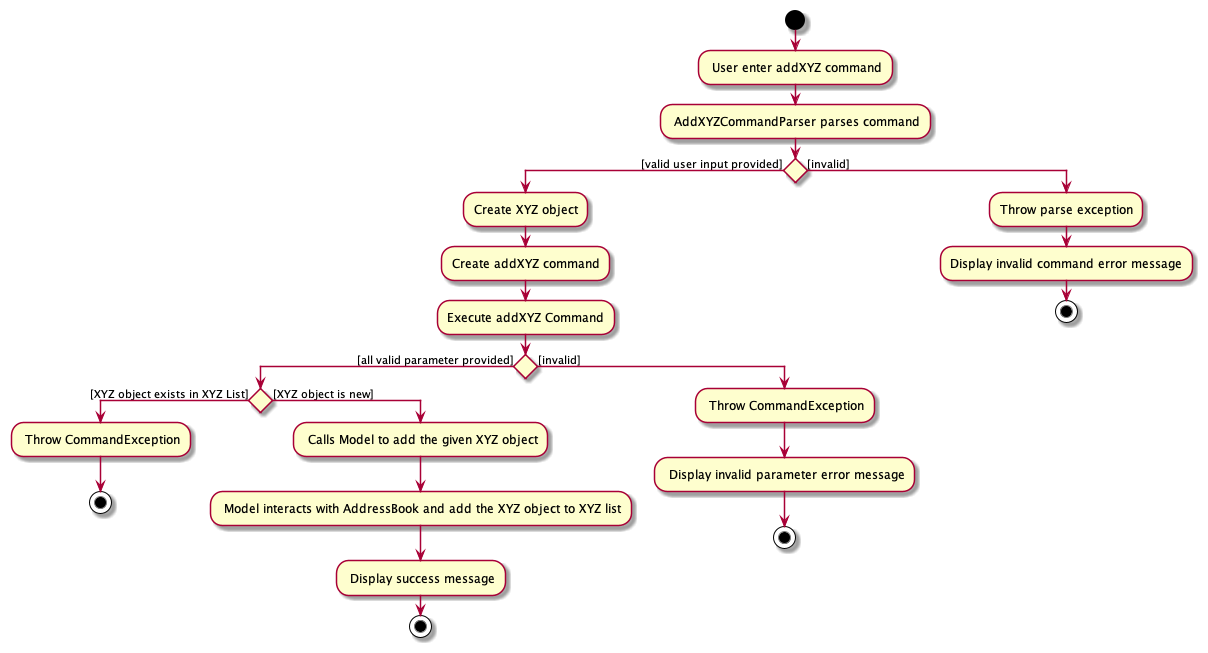
nus-cs2103-AY2122S2/tp keeps this PlantUML diagram as docs/images/AddXYZActivityDiagram.png. Above is the earlier version. Source of this version:
```plantuml
@startuml
start
: User enter addXYZ command;
: AddXYZCommandParser parses command;

if () then ([valid user input provided])
  :Create XYZ object;
  :Create addXYZ command;
  :Execute addXYZ Command;
  if () then ([all valid parameter provided])
     if () then ([XYZ object exists in XYZ List])
        : Throw CommandException;
     stop
     else ([XYZ object is new])
        : Calls Model to add the given XYZ object;
        : Model interacts with AddressBook and add the XYZ object to XYZ list;
        : Display success message;
     stop
     endif
  else ([invalid])
   : Throw CommandException;
   : Display invalid parameter error message;
   stop
  endif
else ([invalid])
  :Throw parse exception;
  :Display invalid command error message;
  stop
endif
@enduml
```
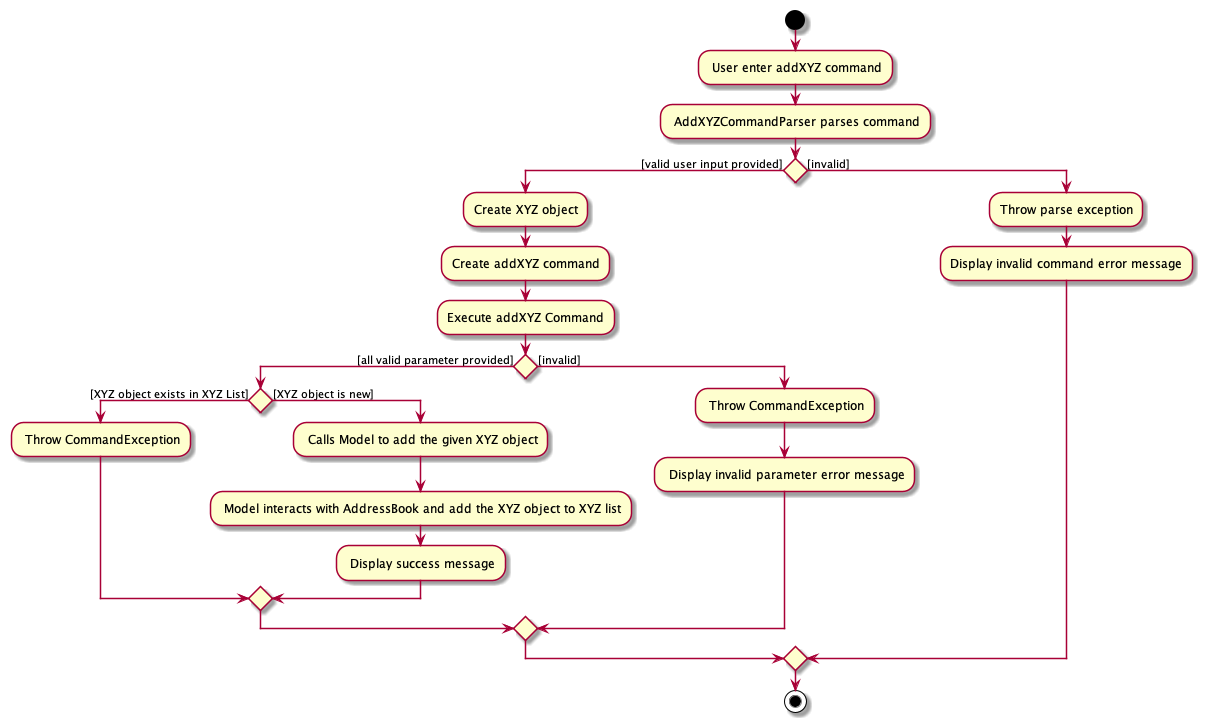
The same file after the commit.

Diff of the diagram source:
```diff
@@ -10,21 +10,18 @@
   if () then ([all valid parameter provided])
      if () then ([XYZ object exists in XYZ List])
         : Throw CommandException;
-     stop
      else ([XYZ object is new])
         : Calls Model to add the given XYZ object;
         : Model interacts with AddressBook and add the XYZ object to XYZ list;
         : Display success message;
-     stop
      endif
   else ([invalid])
    : Throw CommandException;
    : Display invalid parameter error message;
-   stop
   endif
 else ([invalid])
   :Throw parse exception;
   :Display invalid command error message;
-  stop
 endif
+stop
 @enduml
```
